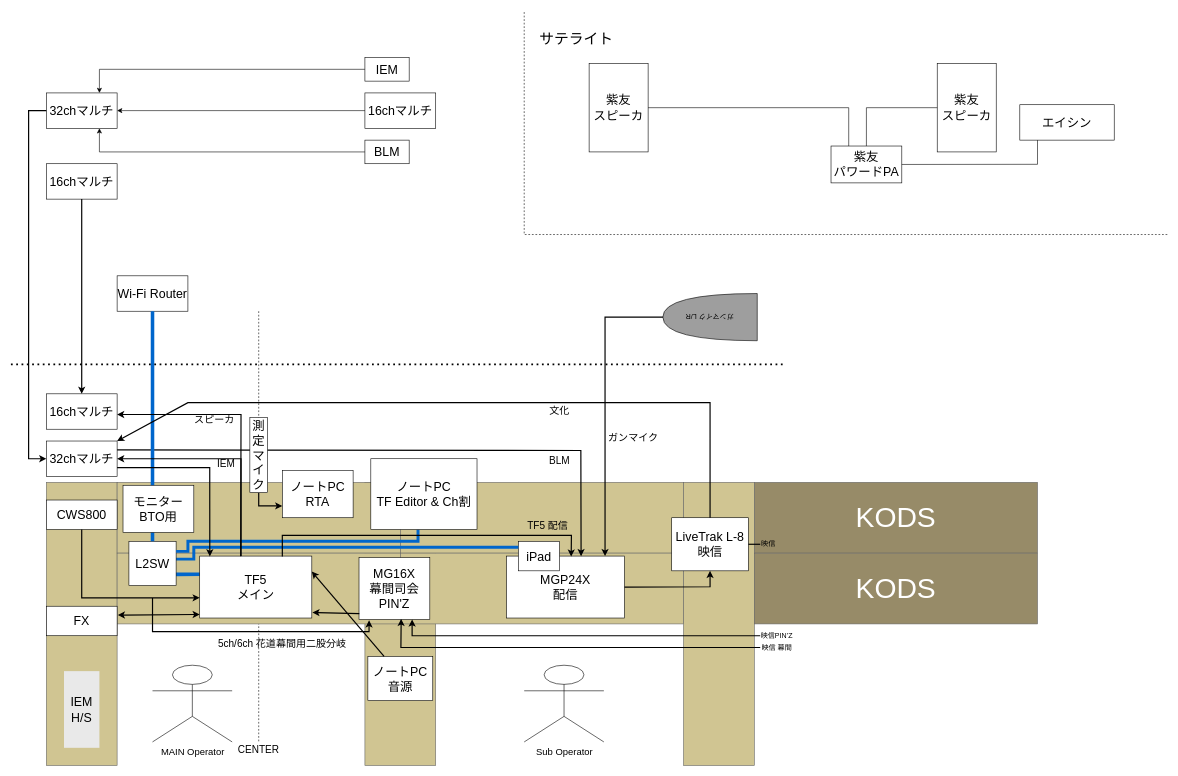
Above: Geinousai.drawio in shuji4649/drawio (draw.io), before the change. Source tidied: cells renumbered, new cells numbered last; positions are measured from the earlier drawing's top-left corner, leaving out a move shared by most shapes. Both pictures are drawn from the tidied source at 59%, with x=0, y=0 at pixel (-60, 10).
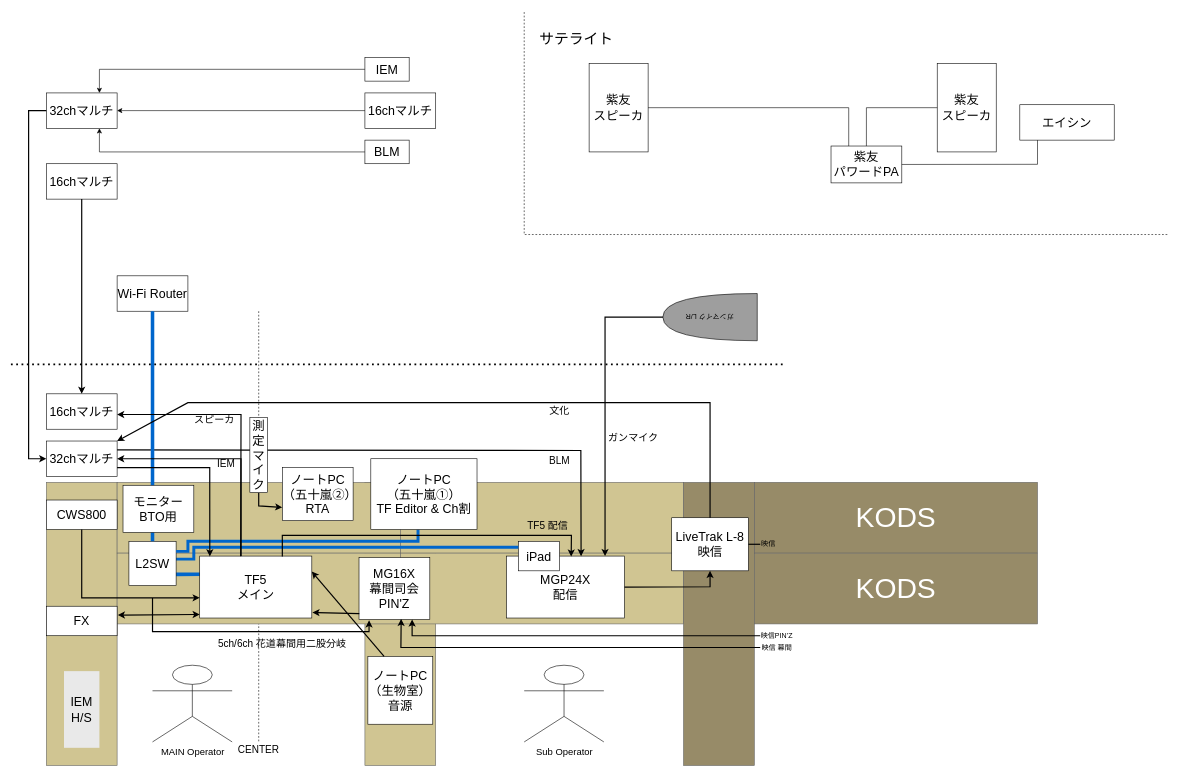
Above is the later version.

Commit message:
Geinousai.drawio を更新します

Diff of the diagram source:
```diff
@@
-    <mxCell id="10" style="rounded=0;whiteSpace=wrap;html=1;rotation=-90;fillColor=#D0C592;fontColor=#333333;strokeColor=#666666;" parent="1" vertex="1">
+    <mxCell id="10" style="rounded=0;whiteSpace=wrap;html=1;rotation=-90;fillColor=light-dark(#978b68, #50461a);fontColor=#333333;strokeColor=#666666;" parent="1" vertex="1">
       <mxGeometry x="1080" y="980" width="480" height="120" as="geometry" />
     </mxCell>
@@
-    <mxCell id="16" value="&lt;span style=&quot;font-size: 21px;&quot;&gt;ノートPC&lt;/span&gt;&lt;div&gt;&lt;span style=&quot;font-size: 21px;&quot;&gt;RTA&lt;/span&gt;&lt;/div&gt;" style="rounded=0;whiteSpace=wrap;html=1;" parent="1" vertex="1">
-      <mxGeometry x="580" y="780" width="120" height="80" as="geometry" />
+    <mxCell id="16" value="&lt;span style=&quot;font-size: 21px;&quot;&gt;ノートPC&lt;/span&gt;&lt;div&gt;&lt;span style=&quot;font-size: 21px;&quot;&gt;（五十嵐②）&lt;/span&gt;&lt;/div&gt;&lt;div&gt;&lt;span style=&quot;font-size: 21px;&quot;&gt;RTA&lt;/span&gt;&lt;/div&gt;" style="rounded=0;whiteSpace=wrap;html=1;" parent="1" vertex="1">
+      <mxGeometry x="580" y="775" width="120" height="90" as="geometry" />
     </mxCell>
@@
-    <mxCell id="20" value="&lt;span style=&quot;font-size: 21px;&quot;&gt;ノートPC&lt;/span&gt;&lt;div&gt;&lt;span style=&quot;font-size: 21px;&quot;&gt;音源&lt;/span&gt;&lt;/div&gt;" style="rounded=0;whiteSpace=wrap;html=1;" parent="1" vertex="1">
-      <mxGeometry x="725" y="1095" width="110" height="75" as="geometry" />
+    <mxCell id="20" value="&lt;span style=&quot;font-size: 21px;&quot;&gt;ノートPC（生物室）&lt;/span&gt;&lt;div&gt;&lt;span style=&quot;font-size: 21px;&quot;&gt;音源&lt;/span&gt;&lt;/div&gt;" style="rounded=0;whiteSpace=wrap;html=1;" parent="1" vertex="1">
+      <mxGeometry x="725" y="1095" width="110" height="115" as="geometry" />
     </mxCell>
@@
-    <mxCell id="30" value="&lt;span style=&quot;font-size: 21px;&quot;&gt;ノートPC&lt;/span&gt;&lt;div&gt;&lt;span style=&quot;font-size: 21px;&quot;&gt;TF Editor &amp;amp; Ch割&lt;/span&gt;&lt;/div&gt;" style="rounded=0;whiteSpace=wrap;html=1;" parent="1" vertex="1">
+    <mxCell id="30" value="&lt;span style=&quot;font-size: 21px;&quot;&gt;ノートPC&lt;/span&gt;&lt;div&gt;&lt;span style=&quot;font-size: 21px;&quot;&gt;（五十嵐①&lt;/span&gt;&lt;span style=&quot;font-size: 21px; background-color: transparent; color: light-dark(rgb(0, 0, 0), rgb(255, 255, 255));&quot;&gt;）&lt;/span&gt;&lt;/div&gt;&lt;div&gt;&lt;div&gt;&lt;span style=&quot;font-size: 21px;&quot;&gt;TF Editor &amp;amp; Ch割&lt;/span&gt;&lt;/div&gt;&lt;/div&gt;" style="rounded=0;whiteSpace=wrap;html=1;" parent="1" vertex="1">
       <mxGeometry x="730" y="760" width="180" height="120" as="geometry" />
     </mxCell>
```
